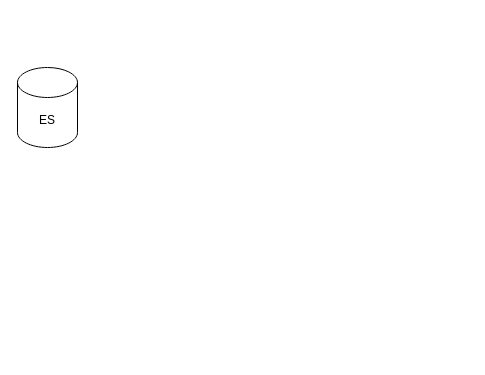
Before: draw.io/清单综合单价数据流转.drawio in KeatonLi/pictures, a draw.io diagram. Source tidied: cells renumbered, new cells numbered last; positions are measured from the earlier drawing's top-left corner, leaving out a move shared by most shapes. Both pictures are drawn from the tidied source at 100%, with x=0, y=0 at pixel (17, 67).
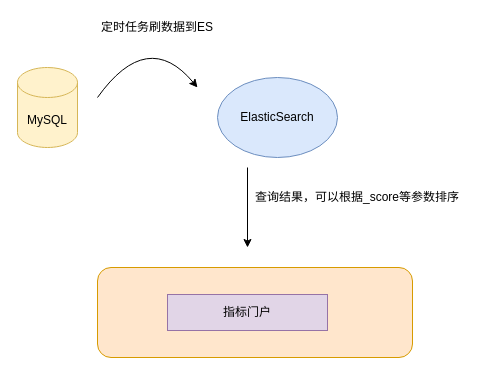
Above is the later version.

Commit message:
更新清单综合单价数据流转.drawio

What changed in the source:
```diff
@@
 <mxGraphModel>
   <root>
     <mxCell id="0" />
     <mxCell id="1" parent="0" />
+    <mxCell id="3" style="rounded=1;whiteSpace=wrap;html=1;fillColor=#ffe6cc;strokeColor=#d79b00;" parent="1" vertex="1">
+      <mxGeometry x="80" y="200" width="315" height="90" as="geometry" />
+    </mxCell>
-    <mxCell id="2" value="ES" style="shape=cylinder3;whiteSpace=wrap;html=1;boundedLbl=1;backgroundOutline=1;size=15;" parent="1" vertex="1">
+    <mxCell id="2" value="MySQL" style="shape=cylinder3;whiteSpace=wrap;html=1;boundedLbl=1;backgroundOutline=1;size=15;fillColor=#fff2cc;strokeColor=#d6b656;" parent="1" vertex="1">
       <mxGeometry width="60" height="80" as="geometry" />
     </mxCell>
+    <mxCell id="4" value="ElasticSearch" style="ellipse;whiteSpace=wrap;html=1;fillColor=#dae8fc;strokeColor=#6c8ebf;" parent="1" vertex="1">
+      <mxGeometry x="200" y="10" width="120" height="80" as="geometry" />
+    </mxCell>
+    <mxCell id="5" value="指标门户" style="rounded=0;whiteSpace=wrap;html=1;fillColor=#e1d5e7;strokeColor=#9673a6;" parent="1" vertex="1">
+      <mxGeometry x="150" y="227" width="160" height="36" as="geometry" />
+    </mxCell>
+    <mxCell id="6" style="endArrow=classic;html=1;curved=1;" parent="1" edge="1">
+      <mxGeometry relative="1" as="geometry">
+        <mxPoint x="80" y="30" as="sourcePoint" />
+        <mxPoint x="180" y="20" as="targetPoint" />
+        <Array as="points">
+          <mxPoint x="130" y="-40" />
+        </Array>
+      </mxGeometry>
+    </mxCell>
+    <mxCell id="7" value="定时任务刷数据到ES" style="text;html=1;strokeColor=none;fillColor=none;align=center;verticalAlign=middle;whiteSpace=wrap;rounded=0;" parent="1" vertex="1">
+      <mxGeometry x="30" y="-50" width="220" height="20" as="geometry" />
+    </mxCell>
+    <mxCell id="8" style="endArrow=classic;html=1;rounded=0;" parent="1" edge="1">
+      <mxGeometry relative="1" as="geometry">
+        <mxPoint x="230" y="100" as="sourcePoint" />
+        <mxPoint x="230" y="180" as="targetPoint" />
+      </mxGeometry>
+    </mxCell>
+    <mxCell id="9" value="查询结果，可以根据_score等参数排序" style="text;html=1;strokeColor=none;fillColor=none;align=center;verticalAlign=middle;whiteSpace=wrap;rounded=0;" parent="1" vertex="1">
+      <mxGeometry x="230" y="120" width="220" height="20" as="geometry" />
+    </mxCell>
   </root>
 </mxGraphModel>
```
